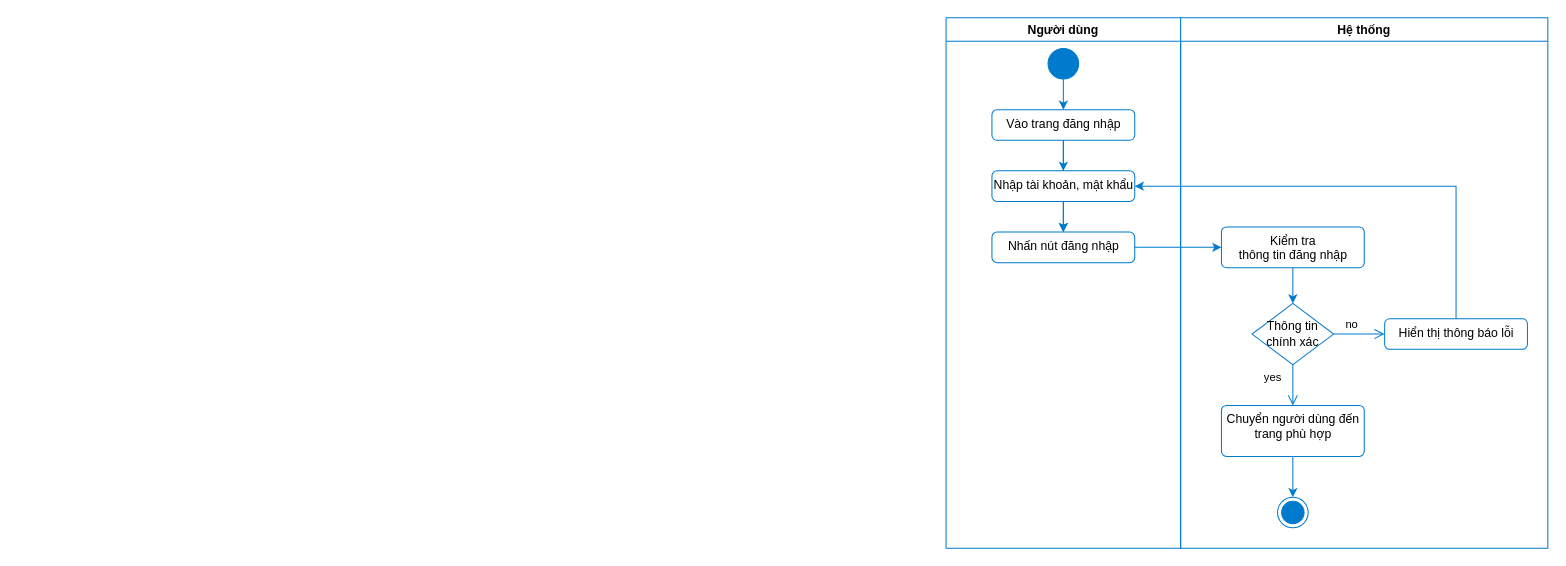
This is page "07_Login" (7 of 10) of docs/diagrams/ActivityDiagram.drawio from quockhanhtn/mern-ecommerce, a draw.io file, before an edit. Source tidied: cells renumbered, new cells numbered last; positions are measured from the earlier drawing's top-left corner, leaving out a move shared by most shapes. Both pictures are drawn from the tidied source at 102%, with x=0, y=0 at pixel (946, 17).
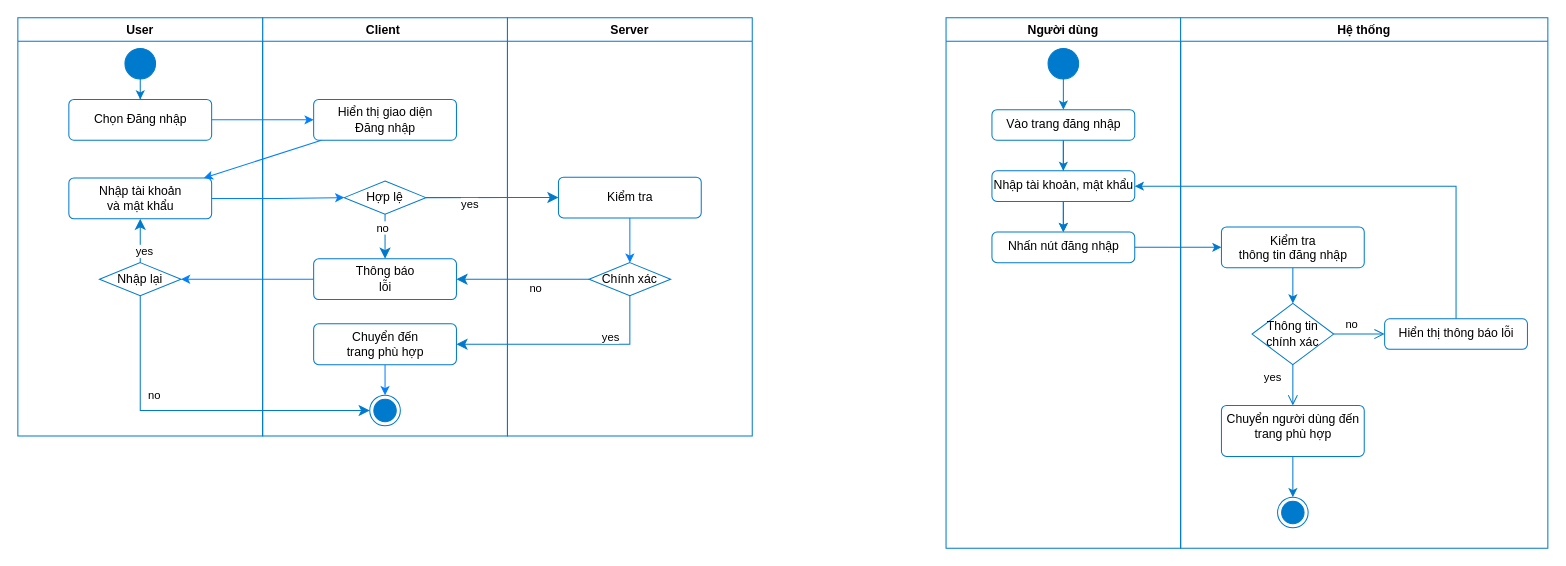
Above is the later version.

Diff of the diagram source:
```diff
@@
+    <mxCell id="23" value="Client " style="swimlane;strokeColor=#007ACC;" parent="1" vertex="1">
+      <mxGeometry x="-670" width="240" height="410" as="geometry" />
+    </mxCell>
+    <mxCell id="24" value="Hiển thị giao diện&lt;br&gt;Đăng nhập" style="html=1;align=center;verticalAlign=middle;rounded=1;absoluteArcSize=1;arcSize=10;dashed=0;strokeColor=#007ACC;" parent="23" vertex="1">
+      <mxGeometry x="50" y="80" width="140" height="40" as="geometry" />
+    </mxCell>
+    <mxCell id="25" style="edgeStyle=orthogonalEdgeStyle;rounded=0;orthogonalLoop=1;jettySize=auto;html=1;exitX=0.5;exitY=1;exitDx=0;exitDy=0;strokeColor=#007FFF;" parent="23" edge="1">
+      <mxGeometry relative="1" as="geometry">
+        <mxPoint x="120" y="260" as="sourcePoint" />
+        <mxPoint x="120" y="260" as="targetPoint" />
+      </mxGeometry>
+    </mxCell>
+    <mxCell id="26" style="ellipse;html=1;shape=endState;fillColor=#007acc;strokeColor=#007ACC;" parent="23" vertex="1">
+      <mxGeometry x="105" y="370" width="30" height="30" as="geometry" />
+    </mxCell>
+    <mxCell id="27" value="Thông báo&lt;br&gt;lỗi" style="html=1;align=center;verticalAlign=middle;rounded=1;absoluteArcSize=1;arcSize=10;dashed=0;strokeColor=#007ACC;" parent="23" vertex="1">
+      <mxGeometry x="50" y="236.2" width="140" height="40" as="geometry" />
+    </mxCell>
+    <mxCell id="28" style="edgeStyle=orthogonalEdgeStyle;rounded=0;jettySize=auto;html=1;entryX=0.5;entryY=0;entryDx=0;entryDy=0;endArrow=classic;endFill=1;strokeColor=#007FFF;elbow=vertical;" parent="23" edge="1" source="29" target="26">
+      <mxGeometry relative="1" as="geometry" />
+    </mxCell>
+    <mxCell id="29" value="Chuyển đến&lt;br&gt;trang phù hợp" style="html=1;align=center;verticalAlign=middle;rounded=1;absoluteArcSize=1;arcSize=10;dashed=0;strokeColor=#007ACC;" parent="23" vertex="1">
+      <mxGeometry x="50" y="300" width="140" height="40" as="geometry" />
+    </mxCell>
+    <mxCell id="30" value="Hợp lệ" style="rhombus;whiteSpace=wrap;html=1;strokeColor=#007ACC;verticalAlign=middle;" parent="23" vertex="1">
+      <mxGeometry x="80" y="160" width="80" height="32.5" as="geometry" />
+    </mxCell>
+    <mxCell id="31" value="no" style="html=1;align=left;verticalAlign=top;endArrow=classic;endSize=8;strokeColor=#007ACC;rounded=0;exitX=0.5;exitY=1;exitDx=0;exitDy=0;entryX=0.5;entryY=0;entryDx=0;entryDy=0;endFill=1;" parent="23" edge="1" source="30" target="27">
+      <mxGeometry x="-1" y="-10" relative="1" as="geometry" />
+    </mxCell>
+    <mxCell id="32" value="Server" style="swimlane;startSize=23;strokeColor=#007ACC;" parent="1" vertex="1">
+      <mxGeometry x="-430" width="240" height="410" as="geometry" />
+    </mxCell>
+    <mxCell id="33" value="Chính xác" style="rhombus;whiteSpace=wrap;html=1;strokeColor=#007ACC;" parent="32" vertex="1">
+      <mxGeometry x="80" y="240" width="80" height="32.5" as="geometry" />
+    </mxCell>
+    <mxCell id="34" style="edgeStyle=orthogonalEdgeStyle;rounded=0;jettySize=auto;html=1;entryX=0.5;entryY=0;entryDx=0;entryDy=0;endArrow=classic;endFill=1;strokeColor=#007FFF;elbow=vertical;" parent="32" edge="1" source="35" target="33">
+      <mxGeometry relative="1" as="geometry" />
+    </mxCell>
+    <mxCell id="35" value="Kiểm tra" style="html=1;align=center;verticalAlign=middle;rounded=1;absoluteArcSize=1;arcSize=10;dashed=0;strokeColor=#007ACC;" parent="32" vertex="1">
+      <mxGeometry x="50" y="156.2" width="140" height="40" as="geometry" />
+    </mxCell>
+    <mxCell id="36" value="User" style="swimlane;strokeColor=#007ACC;" parent="1" vertex="1">
+      <mxGeometry x="-910" width="240" height="410" as="geometry" />
+    </mxCell>
+    <mxCell id="37" value="Chọn Đăng nhập" style="html=1;align=center;verticalAlign=middle;rounded=1;absoluteArcSize=1;arcSize=10;dashed=0;strokeColor=#007ACC;" parent="36" vertex="1">
+      <mxGeometry x="50" y="80" width="140" height="40" as="geometry" />
+    </mxCell>
+    <mxCell id="38" style="ellipse;fillColor=#007acc;strokeColor=#007ACC;" parent="36" vertex="1">
+      <mxGeometry x="105" y="30" width="30" height="30" as="geometry" />
+    </mxCell>
+    <mxCell id="39" style="edgeStyle=orthogonalEdgeStyle;rounded=0;jettySize=auto;html=1;exitX=0.5;exitY=1;exitDx=0;exitDy=0;strokeColor=#007ACC;" parent="36" edge="1" source="38" target="37">
+      <mxGeometry relative="1" as="geometry" />
+    </mxCell>
+    <mxCell id="40" value="Nhập tài khoản &lt;br&gt;và mật khẩu" style="html=1;align=center;verticalAlign=middle;rounded=1;absoluteArcSize=1;arcSize=10;dashed=0;strokeColor=#007ACC;" parent="36" vertex="1">
+      <mxGeometry x="50" y="157" width="140" height="40" as="geometry" />
+    </mxCell>
+    <mxCell id="41" value="Nhập lại" style="rhombus;whiteSpace=wrap;html=1;strokeColor=#007ACC;verticalAlign=middle;" parent="36" vertex="1">
+      <mxGeometry x="80" y="240" width="80" height="32.5" as="geometry" />
+    </mxCell>
+    <mxCell id="42" value="yes" style="html=1;align=left;verticalAlign=top;endArrow=classic;endSize=8;strokeColor=#007ACC;rounded=0;exitX=0.5;exitY=0;exitDx=0;exitDy=0;elbow=vertical;entryX=0.5;entryY=1;entryDx=0;entryDy=0;endFill=1;" parent="36" edge="1" source="41" target="40">
+      <mxGeometry x="0.12" y="6" relative="1" as="geometry" />
+    </mxCell>
+    <mxCell id="43" style="edgeStyle=orthogonalEdgeStyle;rounded=0;jettySize=auto;html=1;strokeColor=#007FFF;entryX=0;entryY=0.5;entryDx=0;entryDy=0;" parent="1" edge="1" source="37" target="24">
+      <mxGeometry relative="1" as="geometry" />
+    </mxCell>
+    <mxCell id="44" style="rounded=0;jettySize=auto;html=1;strokeColor=#007FFF;" parent="1" edge="1" source="24" target="40">
+      <mxGeometry relative="1" as="geometry" />
+    </mxCell>
+    <mxCell id="45" style="edgeStyle=none;rounded=0;jettySize=auto;html=1;strokeColor=#007FFF;" parent="1" edge="1" source="27" target="41">
+      <mxGeometry relative="1" as="geometry" />
+    </mxCell>
+    <mxCell id="46" value="no" style="html=1;align=left;verticalAlign=top;endArrow=classic;endSize=8;strokeColor=#007ACC;rounded=0;exitX=0.5;exitY=1;exitDx=0;exitDy=0;entryX=0;entryY=0.5;entryDx=0;entryDy=0;endFill=1;edgeStyle=orthogonalEdgeStyle;" parent="1" edge="1" source="41" target="26">
+      <mxGeometry x="-0.5" y="6" relative="1" as="geometry" />
+    </mxCell>
+    <mxCell id="47" value="yes" style="html=1;align=left;verticalAlign=top;endArrow=classic;endSize=8;strokeColor=#007ACC;rounded=0;endFill=1;exitX=0.5;exitY=1;exitDx=0;exitDy=0;entryX=1;entryY=0.5;entryDx=0;entryDy=0;edgeStyle=orthogonalEdgeStyle;" parent="1" edge="1" source="33" target="29">
+      <mxGeometry x="-0.29" y="-20" relative="1" as="geometry" />
+    </mxCell>
+    <mxCell id="48" value="no" style="html=1;align=left;verticalAlign=top;endArrow=classic;endSize=8;strokeColor=#007ACC;rounded=0;exitX=0;exitY=0.5;exitDx=0;exitDy=0;entryX=1;entryY=0.5;entryDx=0;entryDy=0;endFill=1;" parent="1" edge="1" source="33" target="27">
+      <mxGeometry x="-0.08" y="-4" relative="1" as="geometry" />
+    </mxCell>
+    <mxCell id="49" style="edgeStyle=orthogonalEdgeStyle;rounded=0;jettySize=auto;html=1;entryX=0;entryY=0.5;entryDx=0;entryDy=0;endArrow=classic;endFill=1;strokeColor=#007FFF;elbow=vertical;" parent="1" edge="1" source="40" target="30">
+      <mxGeometry relative="1" as="geometry" />
+    </mxCell>
+    <mxCell id="50" value="yes" style="html=1;align=left;verticalAlign=top;endArrow=classic;endSize=8;strokeColor=#007ACC;rounded=0;endFill=1;exitX=1;exitY=0.5;exitDx=0;exitDy=0;entryX=0;entryY=0.5;entryDx=0;entryDy=0;" parent="1" edge="1" source="30" target="35">
+      <mxGeometry x="-0.5" y="6" relative="1" as="geometry" />
+    </mxCell>
```
